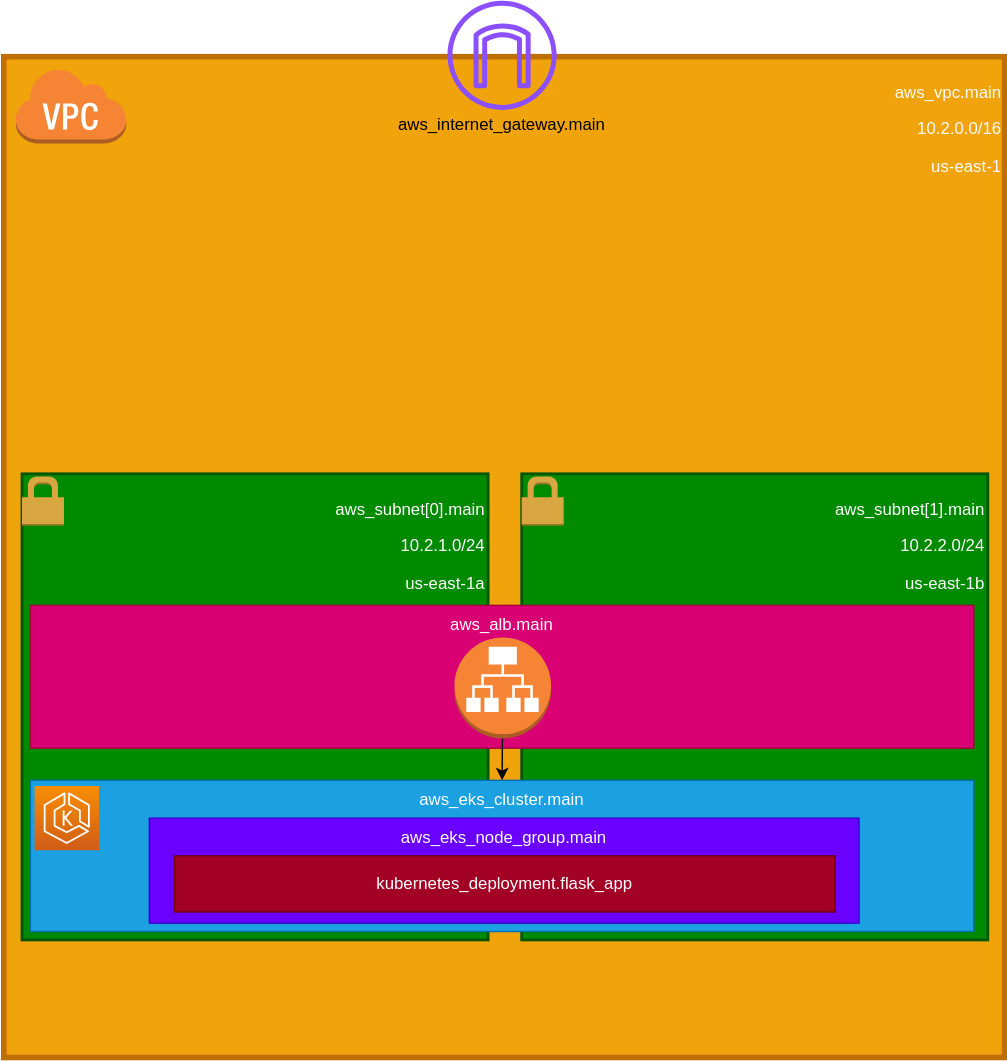
Above: AWS-TF-EKS.drawio.svg in TheMashcraft/turtle-watching-aws-infra-eks (draw.io), before the change. Source tidied: cells renumbered, new cells last; positions are measured from the earlier drawing's top-left corner, leaving out a move shared by most shapes. The source it was exported from:
```xml
<mxGraphModel>
  <root>
    <mxCell id="0" />
    <mxCell id="1" parent="0" />
    <mxCell id="2" value="&lt;p&gt;&lt;span style=&quot;background-color: initial;&quot;&gt;aws_vpc.main&lt;/span&gt;&lt;br&gt;&lt;/p&gt;&lt;p&gt;&lt;font&gt;10.2.0.0/16&lt;/font&gt;&lt;/p&gt;&lt;p&gt;&lt;font&gt;us-east-1&lt;/font&gt;&lt;/p&gt;" style="whiteSpace=wrap;html=1;verticalAlign=top;align=right;strokeWidth=4;fillColor=#f0a30a;fontColor=#fdfcfc;strokeColor=#BD7000;" parent="1" vertex="1">
      <mxGeometry y="40" width="715" height="715" as="geometry" />
    </mxCell>
    <mxCell id="3" value="&lt;p&gt;aws_subnet[0].main&lt;/p&gt;&lt;p&gt;10.2.1.0/24&lt;/p&gt;&lt;p&gt;us-east-1a&lt;/p&gt;" style="whiteSpace=wrap;html=1;verticalAlign=top;align=right;strokeWidth=2;labelBorderColor=none;fillColor=#008a00;fontColor=#ffffff;strokeColor=#005700;" parent="1" vertex="1">
      <mxGeometry x="13" y="338" width="333" height="333" as="geometry" />
    </mxCell>
    <mxCell id="4" style="dashed=0;html=1;shape=mxgraph.aws3.permissions;fillColor=#D9A741;gradientColor=none;dashed=0;" parent="1" vertex="1">
      <mxGeometry x="13" y="340" width="30" height="35" as="geometry" />
    </mxCell>
    <mxCell id="5" style="sketch=0;fontColor=#232F3E;gradientColor=none;fillColor=#8C4FFF;strokeColor=none;dashed=0;verticalLabelPosition=bottom;verticalAlign=top;align=center;html=1;fontSize=12;fontStyle=0;shape=mxgraph.aws4.internet_gateway;" parent="1" vertex="1">
      <mxGeometry x="317" width="78" height="78" as="geometry" />
    </mxCell>
    <mxCell id="6" value="aws_internet_gateway.main" style="text;html=1;align=center;verticalAlign=middle;whiteSpace=wrap;rounded=0;" parent="1" vertex="1">
      <mxGeometry x="326" y="74" width="60" height="30" as="geometry" />
    </mxCell>
    <mxCell id="7" value="&lt;p&gt;aws_subnet[1].main&lt;br&gt;&lt;/p&gt;&lt;p&gt;10.2.2.0/24&lt;/p&gt;&lt;p&gt;us-east-1b&lt;/p&gt;" style="whiteSpace=wrap;html=1;verticalAlign=top;align=right;strokeWidth=2;labelBorderColor=none;fillColor=#008a00;fontColor=#ffffff;strokeColor=#005700;" parent="1" vertex="1">
      <mxGeometry x="370" y="338" width="333" height="333" as="geometry" />
    </mxCell>
    <mxCell id="8" style="dashed=0;verticalLabelPosition=bottom;verticalAlign=top;align=center;html=1;shape=mxgraph.aws3.virtual_private_cloud;fillColor=#F58534;gradientColor=none;" parent="1" vertex="1">
      <mxGeometry x="8" y="48" width="79.5" height="54" as="geometry" />
    </mxCell>
    <mxCell id="9" style="dashed=0;html=1;shape=mxgraph.aws3.permissions;fillColor=#D9A741;gradientColor=none;dashed=0;" parent="1" vertex="1">
      <mxGeometry x="370" y="340" width="30" height="35" as="geometry" />
    </mxCell>
    <mxCell id="10" value="aws_eks_cluster.main" style="rounded=0;whiteSpace=wrap;html=1;verticalAlign=top;fillColor=#1ba1e2;fontColor=#ffffff;strokeColor=#006EAF;" parent="1" vertex="1">
      <mxGeometry x="19" y="557" width="674" height="108" as="geometry" />
    </mxCell>
    <mxCell id="11" value="aws_alb.main" style="rounded=0;whiteSpace=wrap;html=1;verticalAlign=top;fillColor=#d80073;fontColor=#ffffff;strokeColor=#A50040;" parent="1" vertex="1">
      <mxGeometry x="19" y="432" width="674" height="102" as="geometry" />
    </mxCell>
    <mxCell id="12" value="aws_eks_node_group.main" style="rounded=0;whiteSpace=wrap;html=1;fillColor=#6a00ff;fontColor=#ffffff;strokeColor=#3700CC;verticalAlign=top;" parent="1" vertex="1">
      <mxGeometry x="104" y="584" width="507" height="75" as="geometry" />
    </mxCell>
    <mxCell id="13" style="edgeStyle=none;html=1;entryX=0.5;entryY=0;entryDx=0;entryDy=0;" parent="1" edge="1" source="14" target="10">
      <mxGeometry relative="1" as="geometry" />
    </mxCell>
    <mxCell id="14" style="outlineConnect=0;dashed=0;verticalLabelPosition=bottom;verticalAlign=top;align=center;html=1;shape=mxgraph.aws3.application_load_balancer;fillColor=#F58534;gradientColor=none;" parent="1" vertex="1">
      <mxGeometry x="322" y="455" width="69" height="72" as="geometry" />
    </mxCell>
    <mxCell id="15" value="kubernetes_deployment.flask_app" style="rounded=0;whiteSpace=wrap;html=1;fillColor=#a20025;fontColor=#ffffff;strokeColor=#6F0000;verticalAlign=middle;" parent="1" vertex="1">
      <mxGeometry x="122" y="611" width="472" height="40" as="geometry" />
    </mxCell>
    <mxCell id="16" style="sketch=0;fontColor=#232F3E;gradientColor=#F78E04;gradientDirection=north;fillColor=#D05C17;strokeColor=#ffffff;dashed=0;verticalLabelPosition=bottom;verticalAlign=top;align=center;html=1;fontSize=12;fontStyle=0;shape=mxgraph.aws4.resourceIcon;resIcon=mxgraph.aws4.eks;" parent="1" vertex="1">
      <mxGeometry x="22" y="561" width="46" height="46" as="geometry" />
    </mxCell>
  </root>
</mxGraphModel>
```
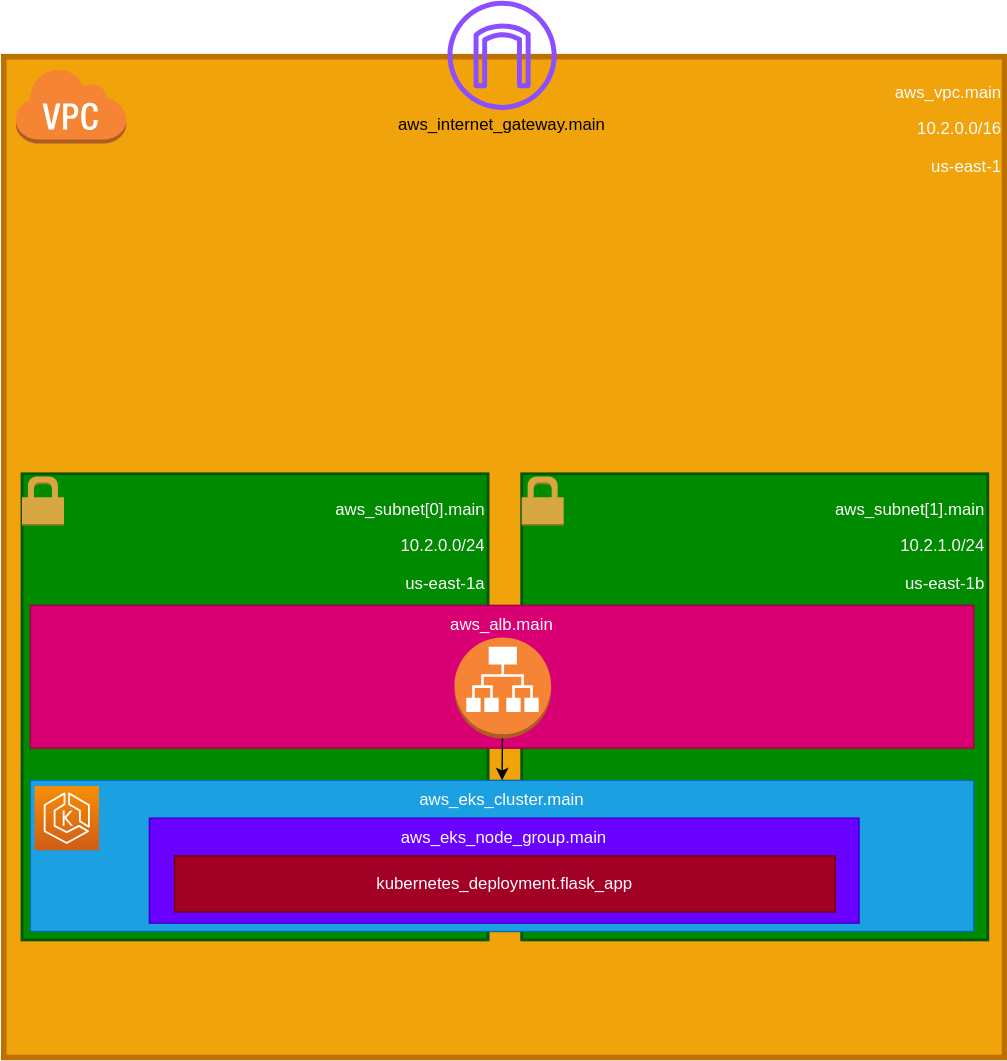
After the change.

Commit message:
Fix a CIDR numbering in the readme

Change to the diagram source:
```diff
@@ -5,7 +5,7 @@
     <mxCell id="2" value="&lt;p&gt;&lt;span style=&quot;background-color: initial;&quot;&gt;aws_vpc.main&lt;/span&gt;&lt;br&gt;&lt;/p&gt;&lt;p&gt;&lt;font&gt;10.2.0.0/16&lt;/font&gt;&lt;/p&gt;&lt;p&gt;&lt;font&gt;us-east-1&lt;/font&gt;&lt;/p&gt;" style="whiteSpace=wrap;html=1;verticalAlign=top;align=right;strokeWidth=4;fillColor=#f0a30a;fontColor=#fdfcfc;strokeColor=#BD7000;" parent="1" vertex="1">
       <mxGeometry y="40" width="715" height="715" as="geometry" />
     </mxCell>
-    <mxCell id="3" value="&lt;p&gt;aws_subnet[0].main&lt;/p&gt;&lt;p&gt;10.2.1.0/24&lt;/p&gt;&lt;p&gt;us-east-1a&lt;/p&gt;" style="whiteSpace=wrap;html=1;verticalAlign=top;align=right;strokeWidth=2;labelBorderColor=none;fillColor=#008a00;fontColor=#ffffff;strokeColor=#005700;" parent="1" vertex="1">
+    <mxCell id="3" value="&lt;p&gt;aws_subnet[0].main&lt;/p&gt;&lt;p&gt;10.2.0.0/24&lt;/p&gt;&lt;p&gt;us-east-1a&lt;/p&gt;" style="whiteSpace=wrap;html=1;verticalAlign=top;align=right;strokeWidth=2;labelBorderColor=none;fillColor=#008a00;fontColor=#ffffff;strokeColor=#005700;" parent="1" vertex="1">
       <mxGeometry x="13" y="338" width="333" height="333" as="geometry" />
     </mxCell>
     <mxCell id="4" style="dashed=0;html=1;shape=mxgraph.aws3.permissions;fillColor=#D9A741;gradientColor=none;dashed=0;" parent="1" vertex="1">
@@ -17,7 +17,7 @@
     <mxCell id="6" value="aws_internet_gateway.main" style="text;html=1;align=center;verticalAlign=middle;whiteSpace=wrap;rounded=0;" parent="1" vertex="1">
       <mxGeometry x="326" y="74" width="60" height="30" as="geometry" />
     </mxCell>
-    <mxCell id="7" value="&lt;p&gt;aws_subnet[1].main&lt;br&gt;&lt;/p&gt;&lt;p&gt;10.2.2.0/24&lt;/p&gt;&lt;p&gt;us-east-1b&lt;/p&gt;" style="whiteSpace=wrap;html=1;verticalAlign=top;align=right;strokeWidth=2;labelBorderColor=none;fillColor=#008a00;fontColor=#ffffff;strokeColor=#005700;" parent="1" vertex="1">
+    <mxCell id="7" value="&lt;p&gt;aws_subnet[1].main&lt;br&gt;&lt;/p&gt;&lt;p&gt;10.2.1.0/24&lt;/p&gt;&lt;p&gt;us-east-1b&lt;/p&gt;" style="whiteSpace=wrap;html=1;verticalAlign=top;align=right;strokeWidth=2;labelBorderColor=none;fillColor=#008a00;fontColor=#ffffff;strokeColor=#005700;" parent="1" vertex="1">
       <mxGeometry x="370" y="338" width="333" height="333" as="geometry" />
     </mxCell>
     <mxCell id="8" style="dashed=0;verticalLabelPosition=bottom;verticalAlign=top;align=center;html=1;shape=mxgraph.aws3.virtual_private_cloud;fillColor=#F58534;gradientColor=none;" parent="1" vertex="1">
```
